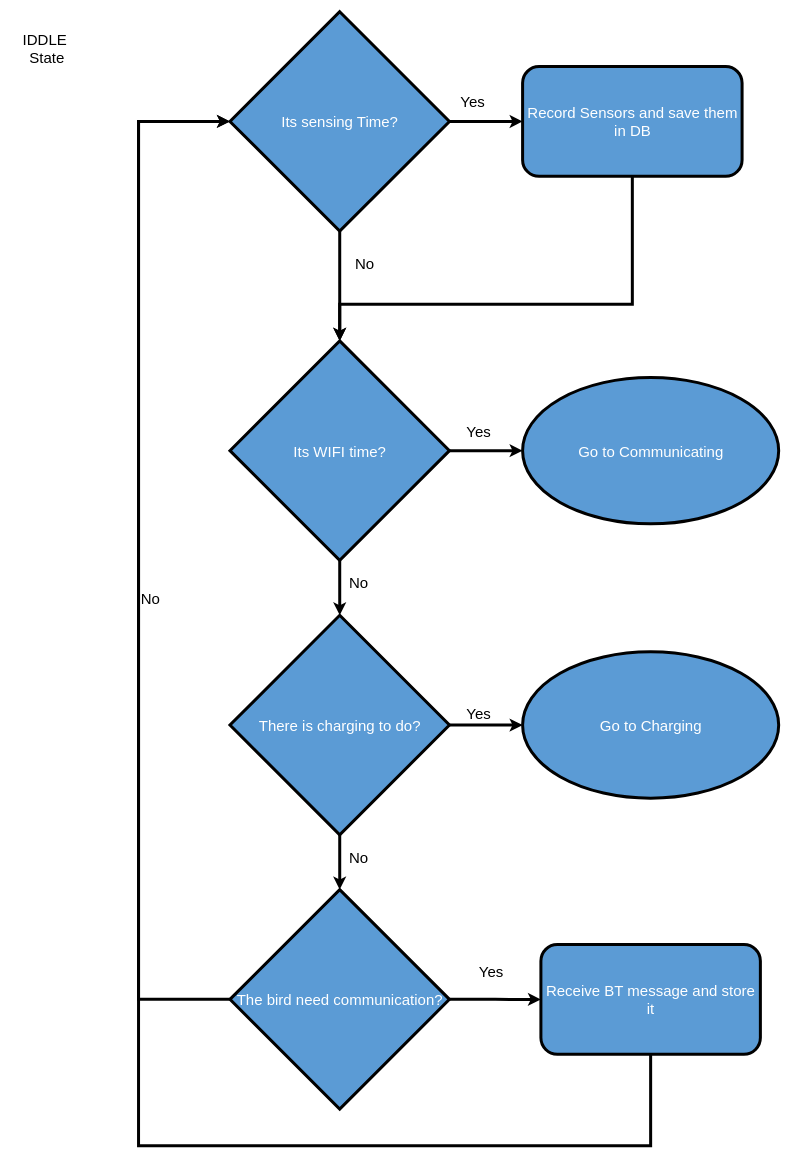
Before: Utils/Drawio/Diagramas de flujo/Diagrama_de_flujo_idle.drawio in tlondero/Dise-o, a draw.io diagram. Source tidied: cells renumbered, new cells numbered last; positions are measured from the earlier drawing's top-left corner, leaving out a move shared by most shapes. Both pictures are drawn from the tidied source at 60%, with x=0, y=0 at pixel (10, 11).
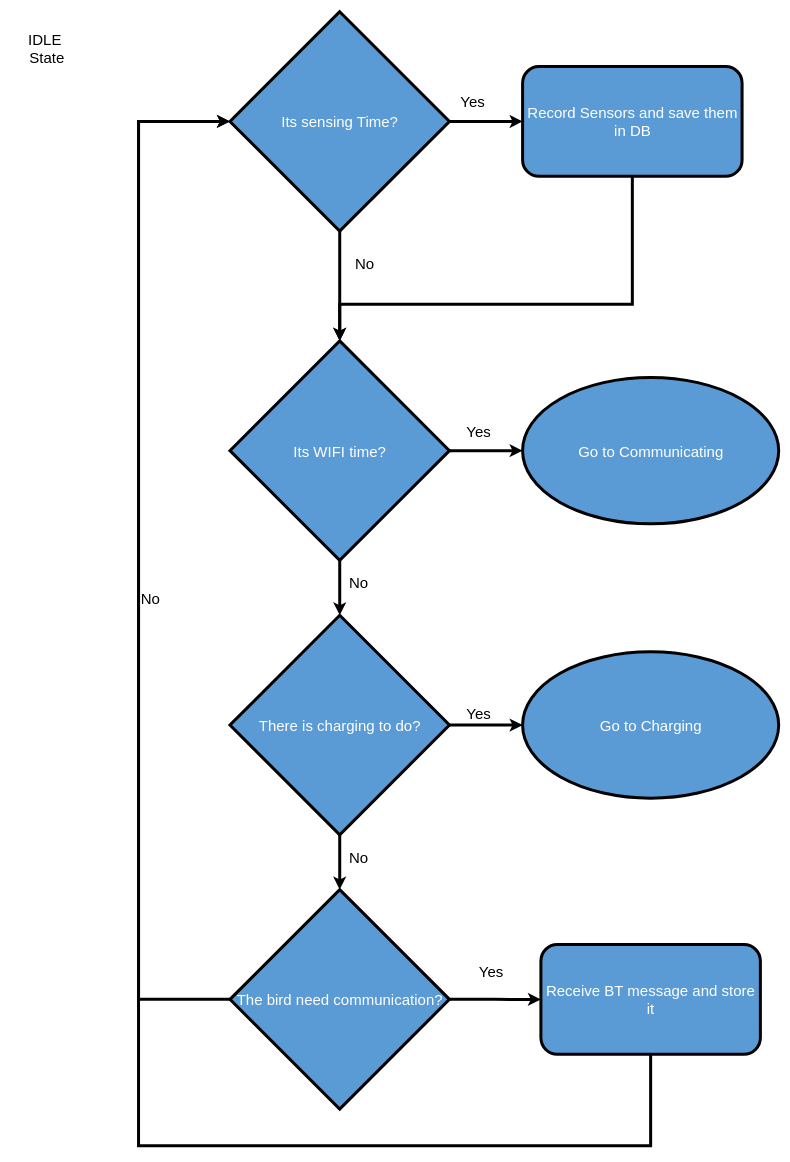
Above is the later version.

Commit message (it also covers changes not shown here):
IDDLE por IDLE

Unchanged cells that the change refers to:
```xml
<mxCell id="2" style="group;fontSize=25;" parent="1" vertex="1">
  <mxGeometry width="1280.3" height="1890" as="geometry" />
</mxCell>
```

What changed in the source:
```diff
@@
-    <mxCell id="3" value="IDDLE&amp;nbsp;&lt;br style=&quot;font-size: 25px;&quot;&gt;State" style="text;html=1;strokeColor=none;fillColor=none;align=center;verticalAlign=middle;whiteSpace=wrap;rounded=0;strokeWidth=5;fontSize=25;" parent="2" vertex="1">
+    <mxCell id="3" value="IDLE&amp;nbsp;&lt;br style=&quot;font-size: 25px&quot;&gt;State" style="text;html=1;strokeColor=none;fillColor=none;align=center;verticalAlign=middle;whiteSpace=wrap;rounded=0;strokeWidth=5;fontSize=25;" parent="2" vertex="1">
       <mxGeometry y="30.5" width="121.9" height="61" as="geometry" />
     </mxCell>
```
